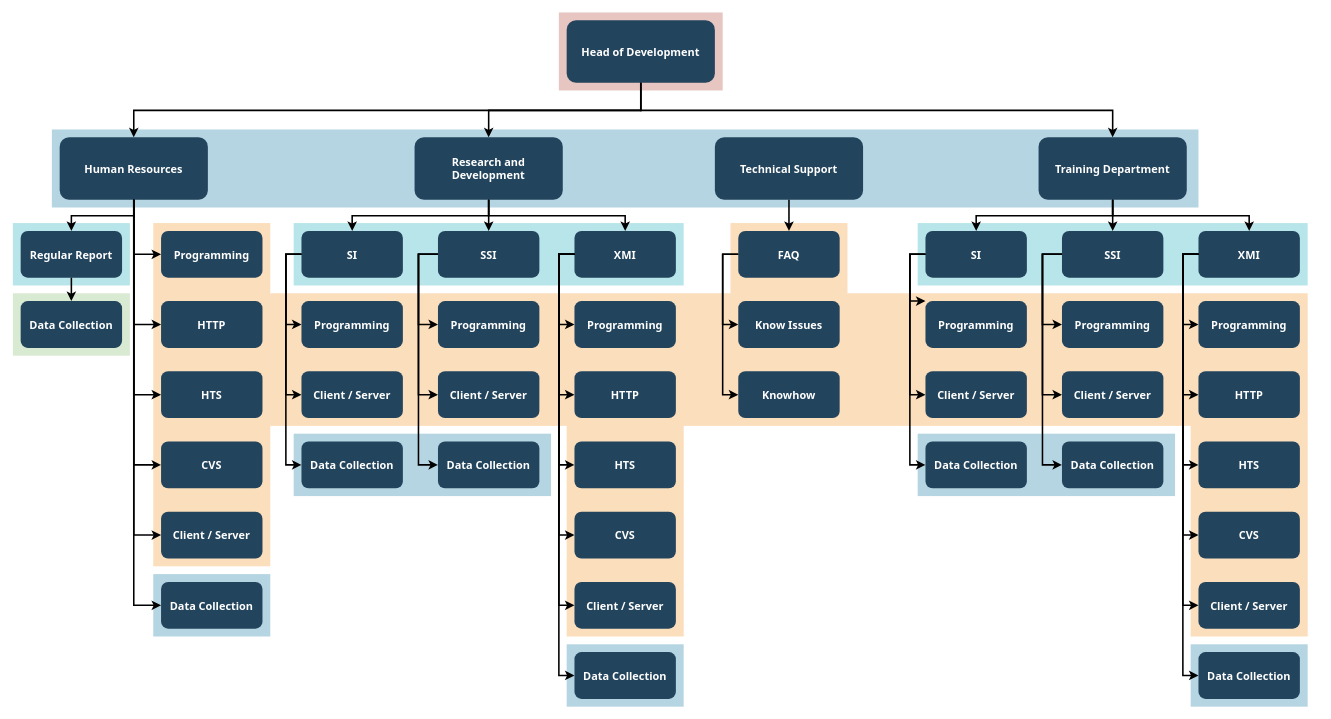
Above: Untitled Diagram.drawio in weichenjushi/images (draw.io), before the change. Source tidied: cells renumbered, new cells numbered last; positions are measured from the earlier drawing's top-left corner, leaving out a move shared by most shapes. Both pictures are drawn from the tidied source at 78%, with x=0, y=0 at pixel (12, 12).
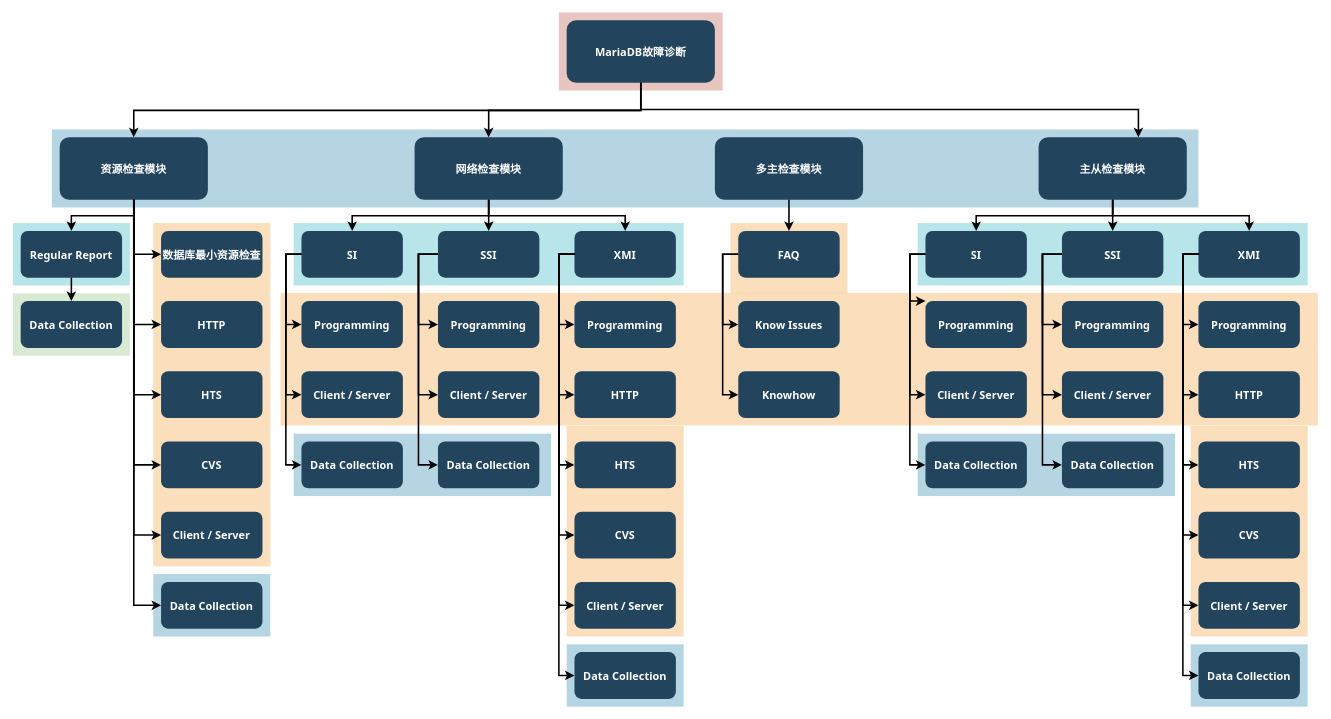
Above is the later version.

Change to the diagram source:
```diff
@@
     <mxCell id="8" style="fillColor=#F2931E;strokeColor=none;opacity=30;" parent="1" vertex="1">
-      <mxGeometry x="330" y="359.5" width="1330" height="170" as="geometry" />
+      <mxGeometry x="343" y="359" width="1330" height="170" as="geometry" />
     </mxCell>
@@
-    <mxCell id="18" value="Head of Development" style="rounded=1;fillColor=#23445D;gradientColor=none;strokeColor=none;fontColor=#FFFFFF;fontStyle=1;fontFamily=Tahoma;fontSize=14;" parent="1" vertex="1">
+    <mxCell id="18" value="MariaDB故障诊断" style="rounded=1;fillColor=#23445D;gradientColor=none;strokeColor=none;fontColor=#FFFFFF;fontStyle=1;fontFamily=Tahoma;fontSize=14;" parent="1" vertex="1">
       <mxGeometry x="710" y="9.5" width="190" height="80" as="geometry" />
     </mxCell>
-    <mxCell id="19" value="Training Department" style="rounded=1;fillColor=#23445D;gradientColor=none;strokeColor=none;fontColor=#FFFFFF;fontStyle=1;fontFamily=Tahoma;fontSize=14;" parent="1" vertex="1">
+    <mxCell id="19" value="主从检查模块" style="rounded=1;fillColor=#23445D;gradientColor=none;strokeColor=none;fontColor=#FFFFFF;fontStyle=1;fontFamily=Tahoma;fontSize=14;" parent="1" vertex="1">
       <mxGeometry x="1315" y="159.5" width="190" height="80" as="geometry" />
     </mxCell>
     <mxCell id="20" style="edgeStyle=elbowEdgeStyle;elbow=vertical;strokeWidth=2;rounded=0;" parent="1" edge="1" source="18" target="19">
-      <mxGeometry x="337" y="215.5" as="geometry" />
+      <mxGeometry x="337" y="215.5" as="geometry">
+        <Array as="points">
+          <mxPoint x="1443" y="124" />
+          <mxPoint x="1483" y="134" />
+        </Array>
+      </mxGeometry>
     </mxCell>
-    <mxCell id="21" value="Technical Support" style="rounded=1;fillColor=#23445D;gradientColor=none;strokeColor=none;fontColor=#FFFFFF;fontStyle=1;fontFamily=Tahoma;fontSize=14;" parent="1" vertex="1">
+    <mxCell id="21" value="多主检查模块" style="rounded=1;fillColor=#23445D;gradientColor=none;strokeColor=none;fontColor=#FFFFFF;fontStyle=1;fontFamily=Tahoma;fontSize=14;" parent="1" vertex="1">
       <mxGeometry x="900" y="159.5" width="190" height="80" as="geometry" />
     </mxCell>
-    <mxCell id="22" value="Research and &#10;Development" style="rounded=1;fillColor=#23445D;gradientColor=none;strokeColor=none;fontColor=#FFFFFF;fontStyle=1;fontFamily=Tahoma;fontSize=14;" parent="1" vertex="1">
+    <mxCell id="22" value="网络检查模块" style="rounded=1;fillColor=#23445D;gradientColor=none;strokeColor=none;fontColor=#FFFFFF;fontStyle=1;fontFamily=Tahoma;fontSize=14;" parent="1" vertex="1">
       <mxGeometry x="515" y="159.5" width="190" height="80" as="geometry" />
     </mxCell>
-    <mxCell id="23" value="Human Resources" style="rounded=1;fillColor=#23445D;gradientColor=none;strokeColor=none;fontColor=#FFFFFF;fontStyle=1;fontFamily=Tahoma;fontSize=14;" parent="1" vertex="1">
+    <mxCell id="23" value="资源检查模块" style="rounded=1;fillColor=#23445D;gradientColor=none;strokeColor=none;fontColor=#FFFFFF;fontStyle=1;fontFamily=Tahoma;fontSize=14;" parent="1" vertex="1">
       <mxGeometry x="60" y="159.5" width="190" height="80" as="geometry" />
     </mxCell>
@@
-    <mxCell id="26" value="Programming" style="rounded=1;fillColor=#23445D;gradientColor=none;strokeColor=none;fontColor=#FFFFFF;fontStyle=1;fontFamily=Tahoma;fontSize=14;" parent="1" vertex="1">
+    <mxCell id="26" value="数据库最小资源检查" style="rounded=1;fillColor=#23445D;gradientColor=none;strokeColor=none;fontColor=#FFFFFF;fontStyle=1;fontFamily=Tahoma;fontSize=14;" parent="1" vertex="1">
       <mxGeometry x="190" y="279.5" width="130" height="60" as="geometry" />
     </mxCell>
```
